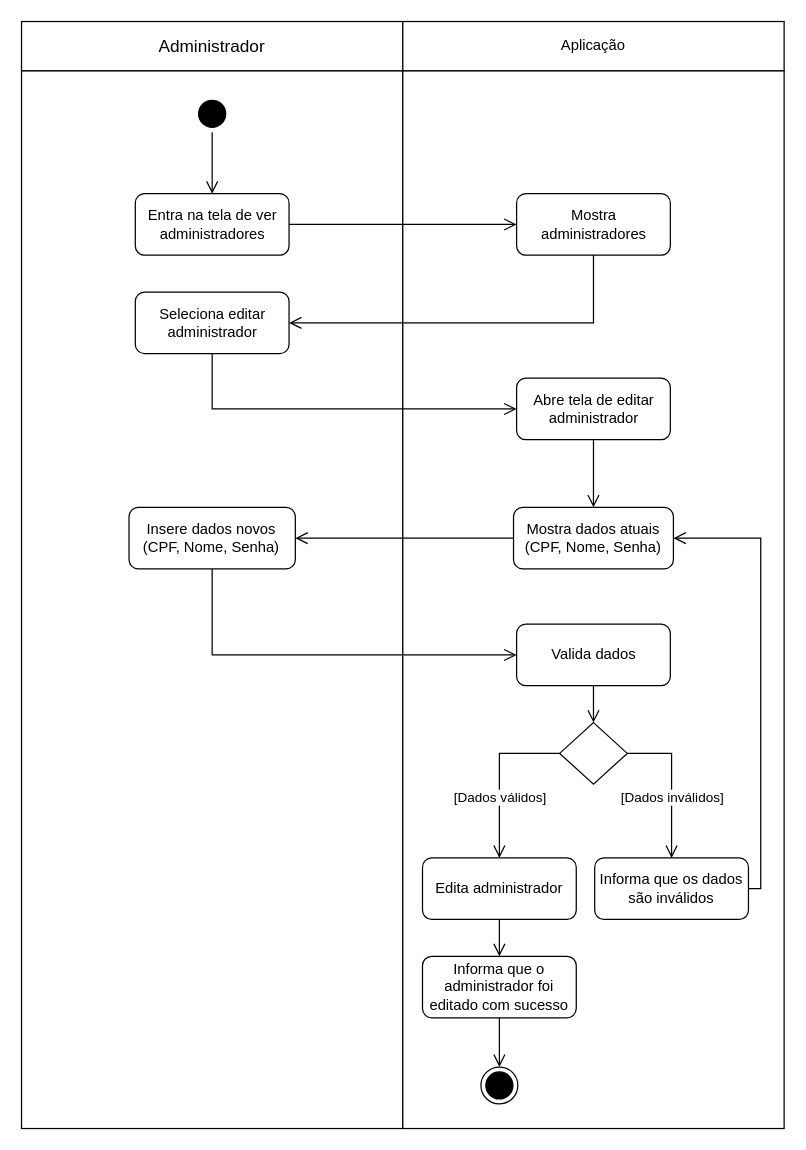
GabrielGMori/trabalho-conclus-o-ano keeps this draw.io diagram as Diagramas/Eng_de_Software/Modelos/Atividade/Update_Administrador.drawio. Above is the earlier version. Source tidied: cells renumbered, new cells numbered last; positions are measured from the earlier drawing's top-left corner, leaving out a move shared by most shapes. Both pictures are drawn from the tidied source at 123%, with x=0, y=0 at pixel (21, 21).
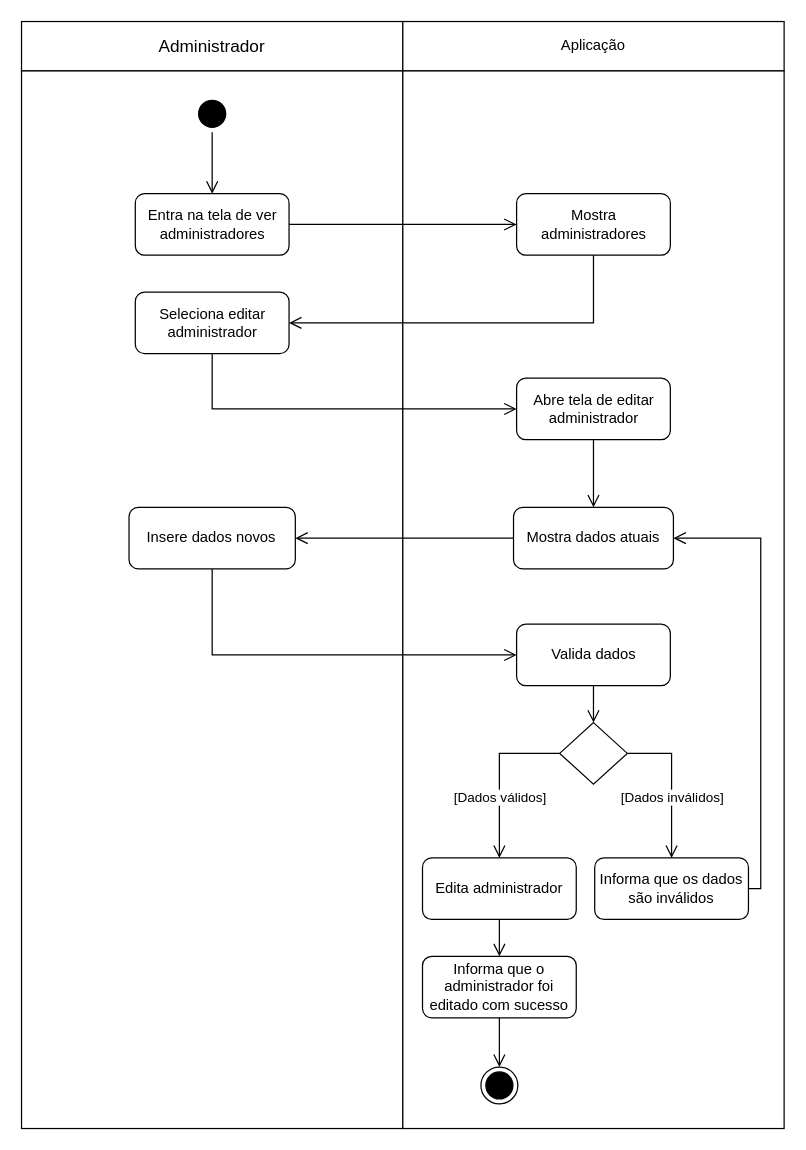
The same page after the edit.

Change to the diagram source:
```diff
@@
-    <mxCell id="9" value="Mostra dados atuais (CPF, Nome, Senha)" style="rounded=1;whiteSpace=wrap;html=1;" parent="1" vertex="1">
+    <mxCell id="9" value="Mostra dados atuais" style="rounded=1;whiteSpace=wrap;html=1;" parent="1" vertex="1">
       <mxGeometry x="400" y="395" width="130" height="50" as="geometry" />
     </mxCell>
-    <mxCell id="10" value="Insere dados novos (CPF, Nome, Senha)" style="rounded=1;whiteSpace=wrap;html=1;" parent="1" vertex="1">
+    <mxCell id="10" value="Insere dados novos" style="rounded=1;whiteSpace=wrap;html=1;" parent="1" vertex="1">
       <mxGeometry x="87.4" y="395" width="135.2" height="50" as="geometry" />
     </mxCell>
```
